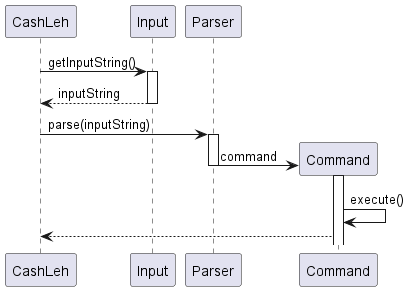
Earlier version of the PlantUML export docs/images/main_example.png (nus-cs2113-AY2324S1/tp).
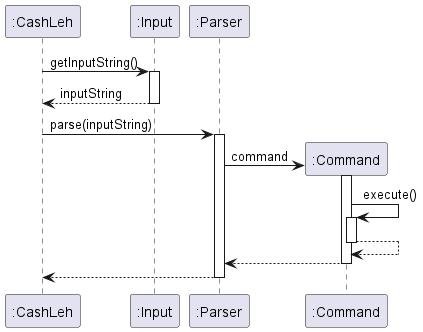
The same diagram one commit later.

What changed in the source:
```diff
@@ -1,20 +1,25 @@
 @startuml
 
-CashLeh -> Input: getInputString()
-activate Input
-Input --> CashLeh: inputString
-deactivate Input
+":CashLeh" -> ":Input": getInputString()
+activate ":Input"
+":Input" --> ":CashLeh": inputString
+deactivate ":Input"
 
-CashLeh -> Parser: parse(inputString)
-activate Parser
+":CashLeh" -> ":Parser": parse(inputString)
+activate ":Parser"
 
-create Command
-Parser -> Command: command
-activate Command
-deactivate Parser
-Command -> Command: execute()
+create ":Command"
+":Parser" -> ":Command": command
+activate ":Command"
+":Command" -> ":Command": execute()
+activate ":Command"
+":Command" --> ":Command"
+deactivate ":Command"
+":Command" --> ":Parser"
+deactivate ":Command"
+":Parser" --> ":CashLeh"
 
-Command --> CashLeh:
-deactivate Parser
+deactivate ":Parser"
+
 
 @enduml
```
